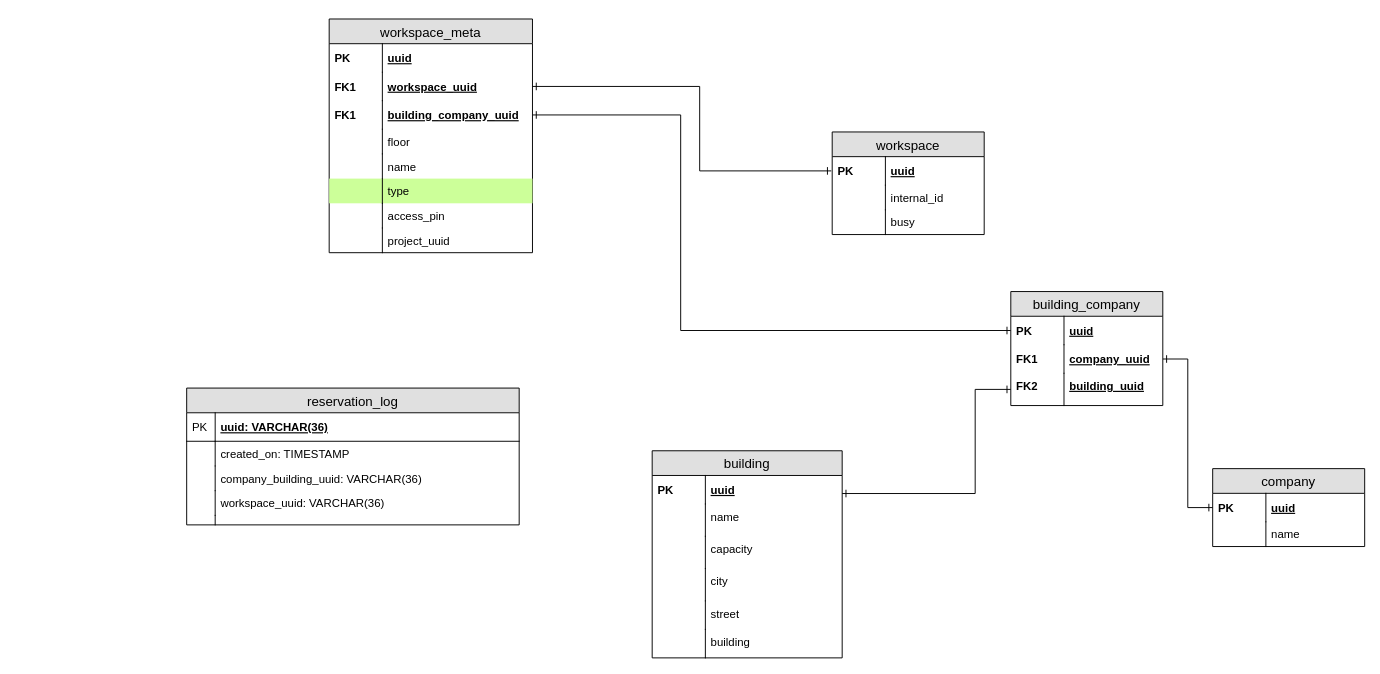
Before: workplace-reservation-service-erd.drawio in Hunkizzz/project-zebra-diagrams, a draw.io diagram. Source tidied: cells renumbered, new cells numbered last; positions are measured from the earlier drawing's top-left corner, leaving out a move shared by most shapes. Both pictures are drawn from the tidied source at 95%, with x=0, y=0 at pixel (186, 19).
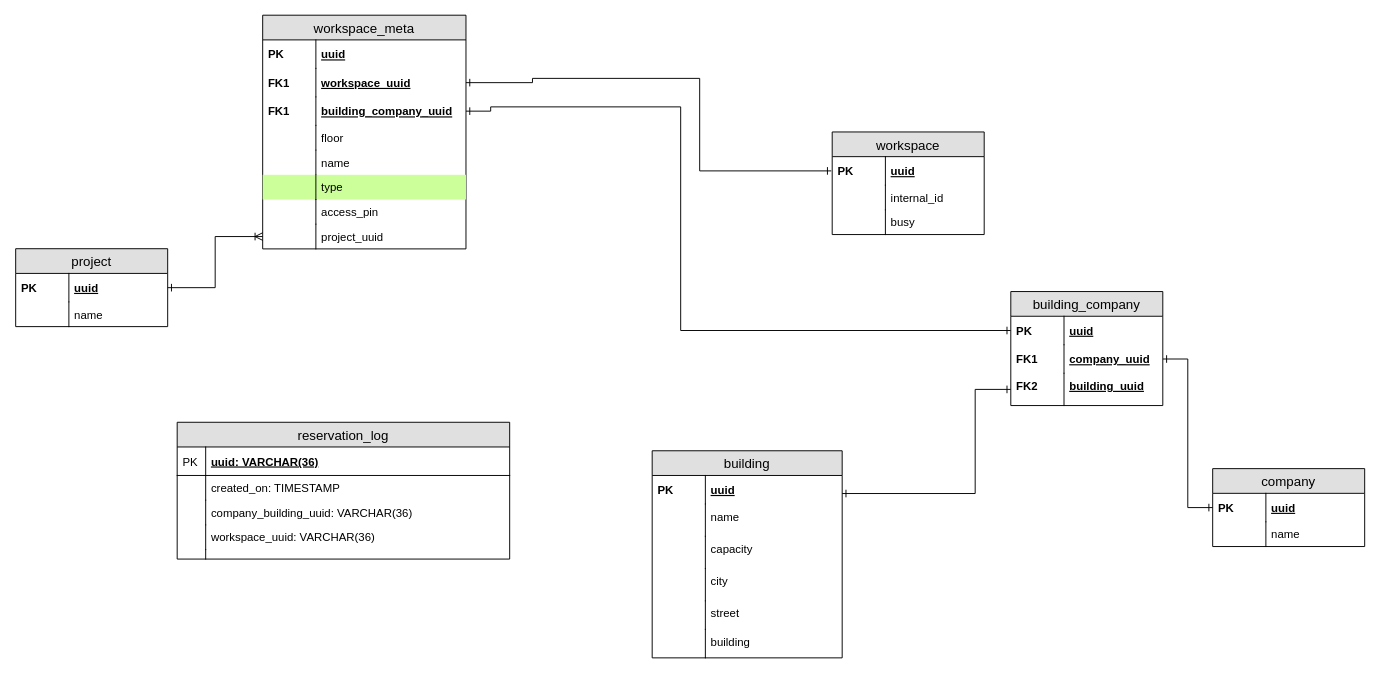
After the change.

Unchanged cells that the change refers to:
```xml
<mxCell id="8" value="uuid" style="shape=partialRectangle;top=0;left=0;right=0;bottom=0;align=left;verticalAlign=middle;fillColor=none;spacingLeft=60;spacingRight=4;overflow=hidden;points=[[0,0.5],[1,0.5]];portConstraint=eastwest;fontStyle=5;fontSize=12;perimeterSpacing=1;" parent="7" vertex="1">
  <mxGeometry y="26" width="160" height="30" as="geometry" />
</mxCell>
<mxCell id="30" value="uuid" style="shape=partialRectangle;top=0;left=0;right=0;bottom=0;align=left;verticalAlign=middle;fillColor=none;spacingLeft=60;spacingRight=4;overflow=hidden;points=[[0,0.5],[1,0.5]];portConstraint=eastwest;fontStyle=5;fontSize=12;" parent="29" vertex="1">
  <mxGeometry y="26" width="160" height="30" as="geometry" />
</mxCell>
<mxCell id="51" value="workspace_uuid" style="shape=partialRectangle;top=0;left=0;right=0;bottom=0;align=left;verticalAlign=middle;fillColor=none;spacingLeft=60;spacingRight=4;overflow=hidden;points=[[0,0.5],[1,0.5]];portConstraint=eastwest;fontStyle=5;fontSize=12;" parent="48" vertex="1">
  <mxGeometry y="56" width="214" height="30" as="geometry" />
</mxCell>
<mxCell id="53" value="building_company_uuid" style="shape=partialRectangle;top=0;left=0;right=0;bottom=0;align=left;verticalAlign=middle;fillColor=none;spacingLeft=60;spacingRight=4;overflow=hidden;points=[[0,0.5],[1,0.5]];portConstraint=eastwest;fontStyle=5;fontSize=12;" parent="48" vertex="1">
  <mxGeometry y="86" width="214" height="30" as="geometry" />
</mxCell>
<mxCell id="63" value="project_uuid" style="shape=partialRectangle;top=0;left=0;right=0;bottom=0;align=left;verticalAlign=top;fillColor=none;spacingLeft=60;spacingRight=4;overflow=hidden;points=[[0,0.5],[1,0.5]];portConstraint=eastwest;fontSize=12;" parent="48" vertex="1">
  <mxGeometry y="220" width="214" height="26" as="geometry" />
</mxCell>
```

What changed in the source:
```diff
@@
     <mxCell id="27" style="edgeStyle=orthogonalEdgeStyle;rounded=0;jettySize=auto;html=1;entryX=0;entryY=0.5;entryDx=0;entryDy=0;startArrow=ERone;startFill=0;endArrow=ERone;endFill=0;exitX=1;exitY=0.5;exitDx=0;exitDy=0;" parent="1" edge="1" source="53" target="30">
       <mxGeometry relative="1" as="geometry">
         <Array as="points">
-          <mxPoint x="520" y="101" />
+          <mxPoint x="320" y="97" />
+          <mxPoint x="320" y="92" />
+          <mxPoint x="520" y="92" />
           <mxPoint x="520" y="328" />
         </Array>
       </mxGeometry>
     </mxCell>
@@
     <mxCell id="37" value="reservation_log" style="swimlane;fontStyle=0;horizontal=1;startSize=26;fillColor=#e0e0e0;swimlaneFillColor=#ffffff;align=center;fontSize=14;" parent="1" vertex="1">
-      <mxGeometry y="388" width="350" height="144" as="geometry" />
+      <mxGeometry x="-10" y="424" width="350" height="144" as="geometry" />
     </mxCell>
@@
     <mxCell id="48" value="workspace_meta" style="swimlane;fontStyle=0;horizontal=1;startSize=26;fillColor=#e0e0e0;swimlaneFillColor=#ffffff;align=center;fontSize=14;" parent="1" vertex="1">
-      <mxGeometry x="150" y="-0.5" width="214" height="246" as="geometry" />
+      <mxGeometry x="80" y="-4.5" width="214" height="246" as="geometry" />
     </mxCell>
@@
     <mxCell id="65" style="edgeStyle=orthogonalEdgeStyle;rounded=0;jettySize=auto;html=1;entryX=0;entryY=0.5;entryDx=0;entryDy=0;endArrow=ERone;endFill=0;startArrow=ERone;startFill=0;exitX=1;exitY=0.5;exitDx=0;exitDy=0;" parent="1" edge="1" source="51" target="8">
       <mxGeometry relative="1" as="geometry">
         <Array as="points">
-          <mxPoint x="540" y="70" />
-          <mxPoint x="540" y="160" />
+          <mxPoint x="364" y="66" />
+          <mxPoint x="364" y="62" />
+          <mxPoint x="540" y="62" />
+          <mxPoint x="540" y="159" />
         </Array>
       </mxGeometry>
     </mxCell>
+    <mxCell id="66" value="project" style="swimlane;fontStyle=0;horizontal=1;startSize=26;fillColor=#e0e0e0;swimlaneFillColor=#ffffff;align=center;fontSize=14;" parent="1" vertex="1">
+      <mxGeometry x="-180" y="241.3" width="160" height="82" as="geometry" />
+    </mxCell>
+    <mxCell id="67" value="uuid" style="shape=partialRectangle;top=0;left=0;right=0;bottom=0;align=left;verticalAlign=middle;fillColor=none;spacingLeft=60;spacingRight=4;overflow=hidden;points=[[0,0.5],[1,0.5]];portConstraint=eastwest;fontStyle=5;fontSize=12;" parent="66" vertex="1">
+      <mxGeometry y="26" width="160" height="30" as="geometry" />
+    </mxCell>
+    <mxCell id="68" value="PK" style="shape=partialRectangle;fontStyle=1;top=0;left=0;bottom=0;fillColor=none;align=left;verticalAlign=middle;spacingLeft=4;spacingRight=4;overflow=hidden;fontSize=12;" parent="67" vertex="1">
+      <mxGeometry width="56" height="30" as="geometry" />
+    </mxCell>
+    <mxCell id="69" value="name" style="shape=partialRectangle;top=0;left=0;right=0;bottom=0;align=left;verticalAlign=top;fillColor=none;spacingLeft=60;spacingRight=4;overflow=hidden;fontSize=12;" parent="66" vertex="1">
+      <mxGeometry y="56" width="160" height="26" as="geometry" />
+    </mxCell>
+    <mxCell id="70" style="shape=partialRectangle;top=0;left=0;bottom=0;fillColor=none;align=left;verticalAlign=top;spacingLeft=4;spacingRight=4;overflow=hidden;fontSize=12;" parent="69" vertex="1">
+      <mxGeometry width="56" height="26" as="geometry" />
+    </mxCell>
+    <mxCell id="71" style="edgeStyle=orthogonalEdgeStyle;rounded=0;jettySize=auto;html=1;entryX=0;entryY=0.5;entryDx=0;entryDy=0;startArrow=ERone;startFill=0;endArrow=ERoneToMany;endFill=0;" parent="1" edge="1" source="67" target="63">
+      <mxGeometry relative="1" as="geometry" />
+    </mxCell>
```
